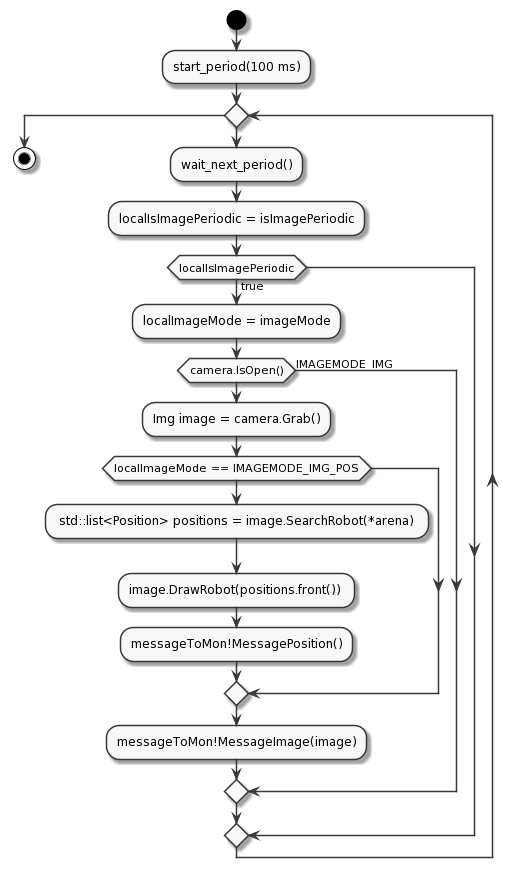
Before: doc/diagrammes_activite/th_image_v1.png, a diagram exported from PlantUML (Pythagus/temps-reel-superviseur).
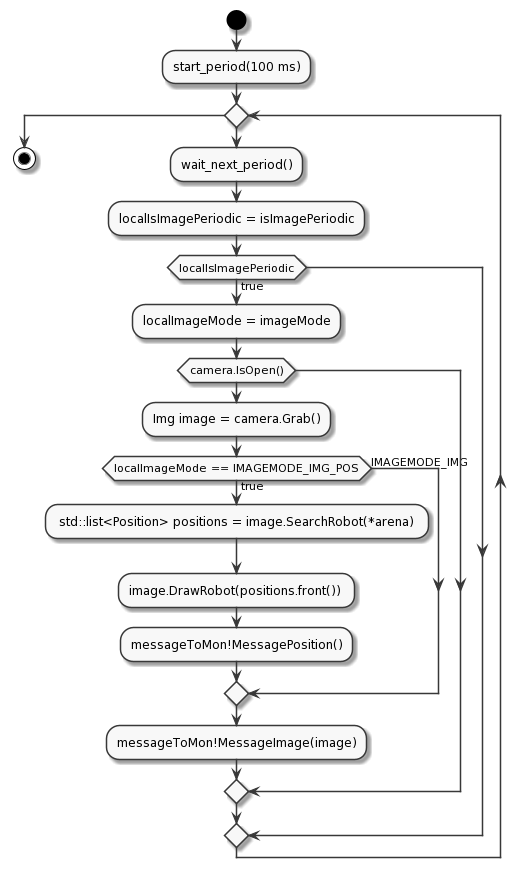
After the change.

Commit message:
Ajout nouvelle version v1 du thread image

The edit, as a diff of the source:
```diff
@@ -11,15 +11,16 @@
 if (camera.IsOpen())
 :Img image = camera.Grab();
 
-if (localImageMode == IMAGEMODE_IMG_POS) then
+if (localImageMode == IMAGEMODE_IMG_POS) then(true)
 : std::list<Position> positions = image.SearchRobot(*arena) ;
 :image.DrawRobot(positions.front()) ;
 :messageToMon!MessagePosition();
+else (IMAGEMODE_IMG)
 endif
 
 :messageToMon!MessageImage(image);
 
-else (IMAGEMODE_IMG)
+
 endif
 
 else
```
